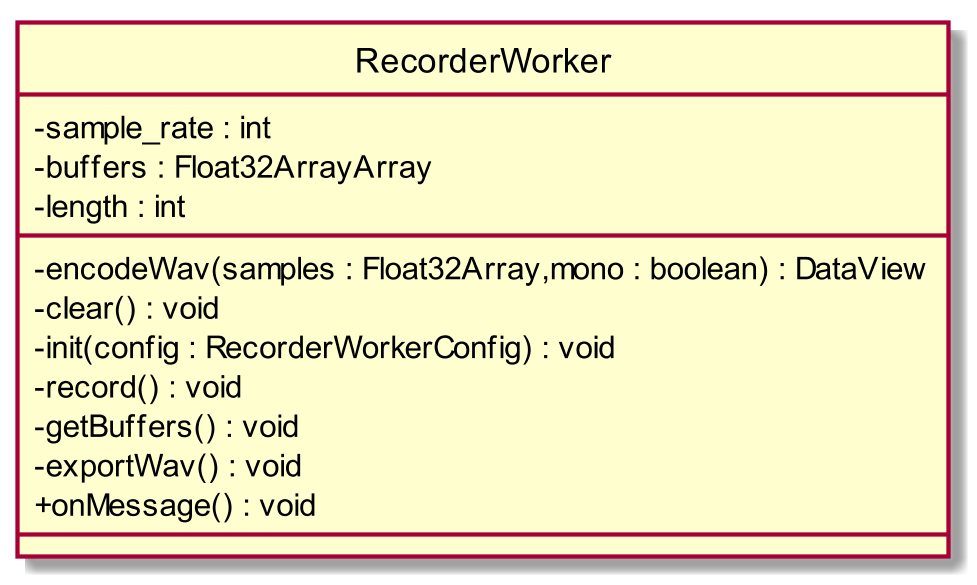
CoCodeSWE/Docs keeps this PlantUML diagram as RQ/Esterni/DefinizioneDiProdotto/images/ClassRecorderWorker.png. Above is the earlier version.
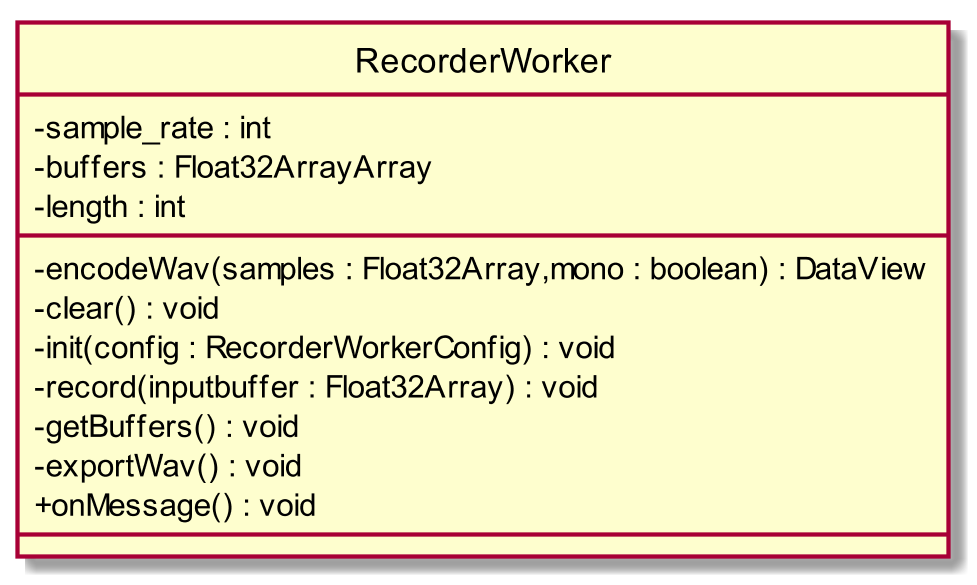
Later version of the same file.

What changed in the source:
```diff
@@ -9,7 +9,7 @@
 - encodeWav(samples : Float32Array,mono : boolean) : DataView
 - clear() : void
 - init(config : RecorderWorkerConfig) : void
-- record() : void
+- record(inputbuffer : Float32Array) : void
 - getBuffers() : void
 - exportWav() : void
 + onMessage() : void
```
